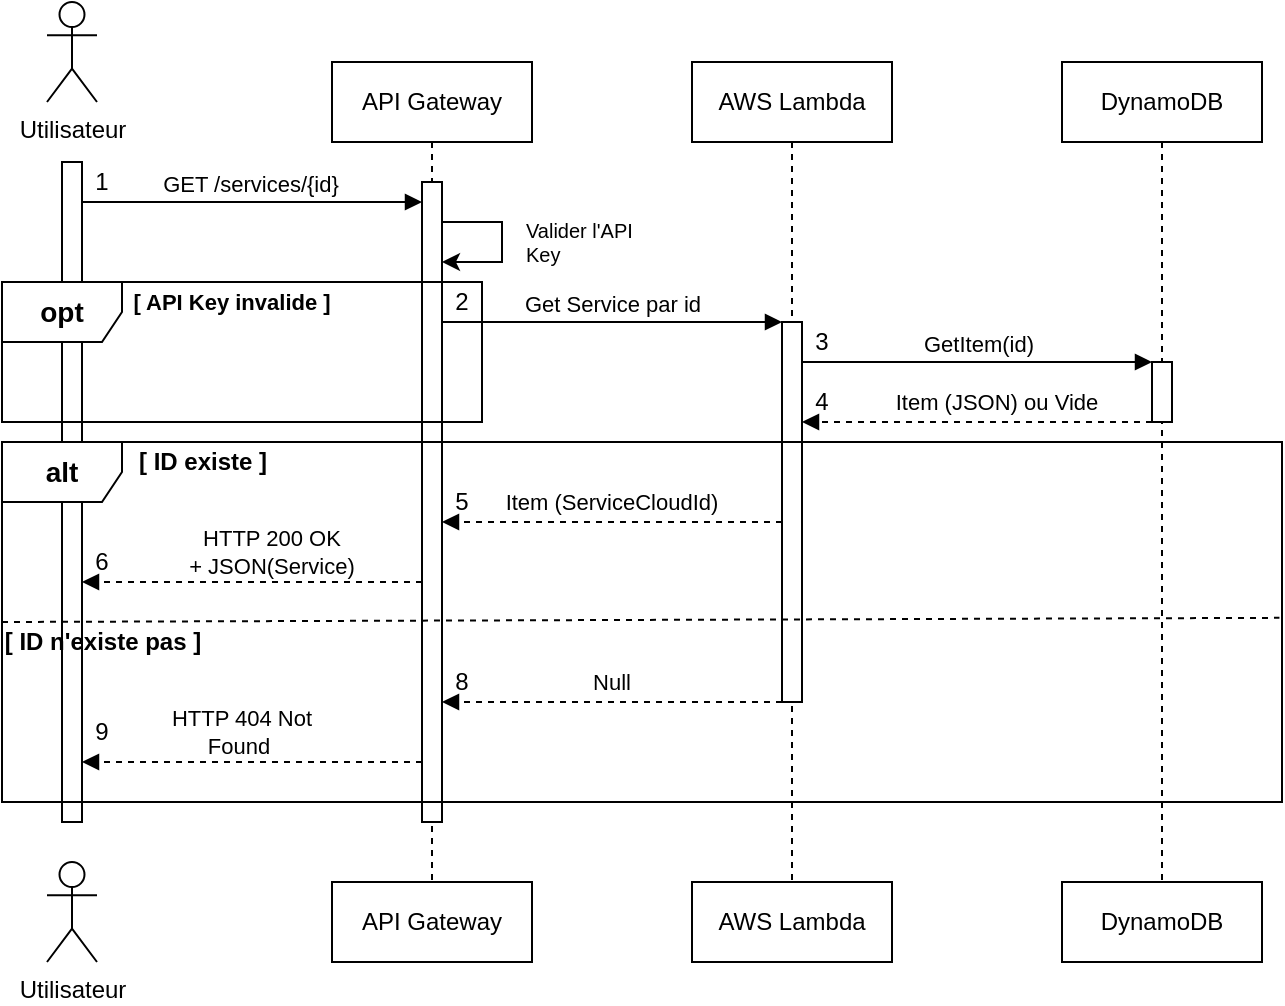
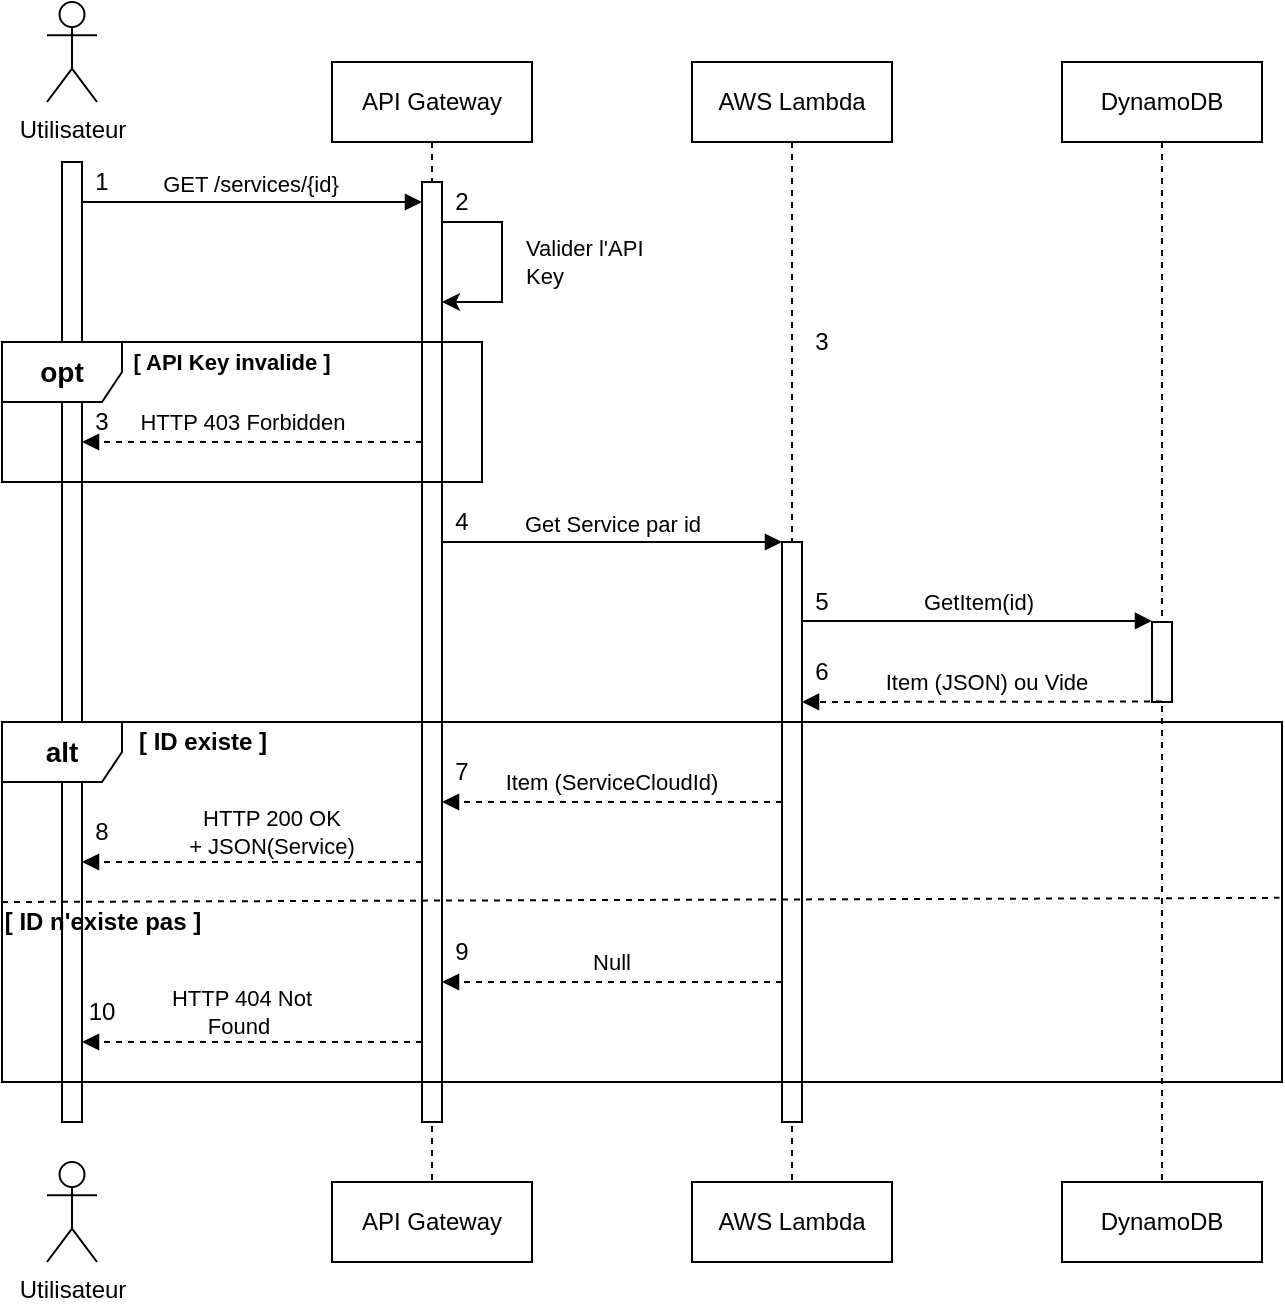
<mxfile host="app.diagrams.net" agent="5.0 (Macintosh; Intel Mac OS X 10_15_7) AppleWebKit/537.36 (KHTML, like Gecko) Chrome/109.0.0.0 Safari/537.36">
  <diagram name="Page-1" id="2YBvvXClWsGukQMizWep">
-     <mxGraphModel dx="810" dy="520" grid="1" gridSize="10" guides="1" tooltips="1" connect="1" arrows="1" fold="1" page="1" pageScale="1" pageWidth="850" pageHeight="1100" math="0" shadow="0">
+     <mxGraphModel dx="853" dy="547" grid="1" gridSize="10" guides="1" tooltips="1" connect="1" arrows="1" fold="1" page="1" pageScale="1" pageWidth="850" pageHeight="1100" math="0" shadow="0">
      <root>
        <mxCell id="0" />
        <mxCell id="1" parent="0" />
        <mxCell id="aM9ryv3xv72pqoxQDRHE-1" parent="1" style="shape=umlLifeline;perimeter=lifelinePerimeter;whiteSpace=wrap;html=1;container=0;dropTarget=0;collapsible=0;recursiveResize=0;outlineConnect=0;portConstraint=eastwest;newEdgeStyle={&quot;edgeStyle&quot;:&quot;elbowEdgeStyle&quot;,&quot;elbow&quot;:&quot;vertical&quot;,&quot;curved&quot;:0,&quot;rounded&quot;:0};" value="API Gateway" vertex="1">
-           <mxGeometry height="410" width="100" x="285" y="80" as="geometry" />
+           <mxGeometry height="560" width="100" x="285" y="80" as="geometry" />
        </mxCell>
        <mxCell id="aM9ryv3xv72pqoxQDRHE-2" parent="aM9ryv3xv72pqoxQDRHE-1" style="html=1;points=[];perimeter=orthogonalPerimeter;outlineConnect=0;targetShapes=umlLifeline;portConstraint=eastwest;newEdgeStyle={&quot;edgeStyle&quot;:&quot;elbowEdgeStyle&quot;,&quot;elbow&quot;:&quot;vertical&quot;,&quot;curved&quot;:0,&quot;rounded&quot;:0};" value="" vertex="1">
-           <mxGeometry height="320" width="10" x="45" y="60" as="geometry" />
+           <mxGeometry height="470" width="10" x="45" y="60" as="geometry" />
        </mxCell>
        <mxCell id="aM9ryv3xv72pqoxQDRHE-5" parent="1" style="shape=umlLifeline;perimeter=lifelinePerimeter;whiteSpace=wrap;html=1;container=0;dropTarget=0;collapsible=0;recursiveResize=0;outlineConnect=0;portConstraint=eastwest;newEdgeStyle={&quot;edgeStyle&quot;:&quot;elbowEdgeStyle&quot;,&quot;elbow&quot;:&quot;vertical&quot;,&quot;curved&quot;:0,&quot;rounded&quot;:0};" value="AWS Lambda" vertex="1">
-           <mxGeometry height="410" width="100" x="465" y="80" as="geometry" />
+           <mxGeometry height="560" width="100" x="465" y="80" as="geometry" />
        </mxCell>
        <mxCell id="aM9ryv3xv72pqoxQDRHE-6" parent="aM9ryv3xv72pqoxQDRHE-5" style="html=1;points=[];perimeter=orthogonalPerimeter;outlineConnect=0;targetShapes=umlLifeline;portConstraint=eastwest;newEdgeStyle={&quot;edgeStyle&quot;:&quot;elbowEdgeStyle&quot;,&quot;elbow&quot;:&quot;vertical&quot;,&quot;curved&quot;:0,&quot;rounded&quot;:0};" value="" vertex="1">
-           <mxGeometry height="190" width="10" x="45" y="130" as="geometry" />
+           <mxGeometry height="290" width="10" x="45" y="240" as="geometry" />
        </mxCell>
        <mxCell id="aM9ryv3xv72pqoxQDRHE-7" edge="1" parent="1" style="html=1;verticalAlign=bottom;endArrow=block;edgeStyle=elbowEdgeStyle;elbow=vertical;curved=0;rounded=0;" value="GET /services/{id}">
          <mxGeometry relative="1" as="geometry">
            <mxPoint x="-1" as="offset" />
            <Array as="points">
              <mxPoint x="245" y="150" />
            </Array>
            <mxPoint x="160" y="150" as="sourcePoint" />
            <mxPoint x="330" y="150" as="targetPoint" />
          </mxGeometry>
        </mxCell>
        <mxCell id="ydfixyK2cgRqEg1iHaJK-1" parent="1" style="html=1;points=[];perimeter=orthogonalPerimeter;outlineConnect=0;targetShapes=umlLifeline;portConstraint=eastwest;newEdgeStyle={&quot;edgeStyle&quot;:&quot;elbowEdgeStyle&quot;,&quot;elbow&quot;:&quot;vertical&quot;,&quot;curved&quot;:0,&quot;rounded&quot;:0};" value="" vertex="1">
-           <mxGeometry height="330" width="10" x="150" y="130" as="geometry" />
+           <mxGeometry height="480" width="10" x="150" y="130" as="geometry" />
        </mxCell>
        <mxCell id="ydfixyK2cgRqEg1iHaJK-2" parent="1" style="shape=umlActor;verticalLabelPosition=bottom;verticalAlign=top;html=1;outlineConnect=0;" value="Utilisateur" vertex="1">
          <mxGeometry height="50" width="25" x="142.5" y="50" as="geometry" />
        </mxCell>
        <mxCell id="ydfixyK2cgRqEg1iHaJK-3" parent="1" style="text;html=1;whiteSpace=wrap;strokeColor=none;fillColor=none;align=center;verticalAlign=middle;rounded=0;" value="1" vertex="1">
          <mxGeometry height="20" width="20" x="160" y="130" as="geometry" />
        </mxCell>
        <mxCell id="ydfixyK2cgRqEg1iHaJK-4" edge="1" parent="1" style="html=1;verticalAlign=bottom;endArrow=block;edgeStyle=elbowEdgeStyle;elbow=vertical;curved=0;rounded=0;" value="GetItem(id)">
          <mxGeometry relative="1" as="geometry">
            <mxPoint as="offset" />
            <Array as="points">
-               <mxPoint x="605" y="230" />
-             </Array>
-             <mxPoint x="520" y="230" as="sourcePoint" />
-             <mxPoint x="695" y="230" as="targetPoint" />
+               <mxPoint x="605" y="359.44" />
+             </Array>
+             <mxPoint x="520" y="359.44" as="sourcePoint" />
+             <mxPoint x="695" y="359.44" as="targetPoint" />
          </mxGeometry>
        </mxCell>
        <mxCell id="ydfixyK2cgRqEg1iHaJK-7" parent="1" style="shape=umlFrame;whiteSpace=wrap;html=1;pointerEvents=0;" value="&lt;font style=&quot;font-size: 14px;&quot;&gt;&lt;b&gt;&lt;font&gt;alt&lt;/font&gt;&lt;/b&gt;&lt;/font&gt;" vertex="1">
-           <mxGeometry height="180" width="640" x="120" y="270" as="geometry" />
+           <mxGeometry height="180" width="640" x="120" y="410" as="geometry" />
        </mxCell>
        <mxCell id="ydfixyK2cgRqEg1iHaJK-8" parent="1" style="text;align=center;fontStyle=1;verticalAlign=middle;spacingLeft=3;spacingRight=3;strokeColor=none;rotatable=0;points=[[0,0.5],[1,0.5]];portConstraint=eastwest;html=1;" value="[ ID existe ]" vertex="1">
-           <mxGeometry height="20" width="60" x="190" y="270" as="geometry" />
+           <mxGeometry height="20" width="60" x="190" y="410" as="geometry" />
        </mxCell>
        <mxCell id="ydfixyK2cgRqEg1iHaJK-9" parent="1" style="text;html=1;whiteSpace=wrap;strokeColor=none;fillColor=none;align=center;verticalAlign=middle;rounded=0;" value="2" vertex="1">
-           <mxGeometry height="20" width="20" x="340" y="190" as="geometry" />
+           <mxGeometry height="20" width="20" x="340" y="140" as="geometry" />
        </mxCell>
        <mxCell id="ydfixyK2cgRqEg1iHaJK-15" edge="1" parent="1" style="html=1;verticalAlign=bottom;endArrow=block;edgeStyle=elbowEdgeStyle;elbow=vertical;curved=0;rounded=0;endFill=1;entryX=0;entryY=1;entryDx=0;entryDy=0;dashed=1;" value="">
          <mxGeometry relative="1" as="geometry">
            <Array as="points">
-               <mxPoint x="490" y="310" />
-             </Array>
-             <mxPoint x="510" y="310" as="sourcePoint" />
-             <mxPoint x="340" y="310" as="targetPoint" />
+               <mxPoint x="490" y="450" />
+             </Array>
+             <mxPoint x="510" y="450" as="sourcePoint" />
+             <mxPoint x="340" y="450" as="targetPoint" />
          </mxGeometry>
        </mxCell>
        <mxCell id="ydfixyK2cgRqEg1iHaJK-18" parent="1" style="text;html=1;whiteSpace=wrap;strokeColor=none;fillColor=none;align=center;verticalAlign=middle;rounded=0;strokeWidth=1;fontSize=11;" value="Item (ServiceCloudId)" vertex="1">
-           <mxGeometry height="20" width="120" x="365" y="290" as="geometry" />
+           <mxGeometry height="20" width="120" x="365" y="430" as="geometry" />
        </mxCell>
        <mxCell id="ydfixyK2cgRqEg1iHaJK-19" edge="1" parent="1" style="html=1;verticalAlign=bottom;endArrow=block;edgeStyle=elbowEdgeStyle;elbow=vertical;curved=0;rounded=0;endFill=1;entryX=1;entryY=0.529;entryDx=0;entryDy=0;entryPerimeter=0;dashed=1;" value="">
          <mxGeometry relative="1" as="geometry">
            <Array as="points">
-               <mxPoint x="310" y="340" />
-             </Array>
-             <mxPoint x="330" y="340" as="sourcePoint" />
-             <mxPoint x="160" y="340" as="targetPoint" />
+               <mxPoint x="310" y="480" />
+             </Array>
+             <mxPoint x="330" y="480" as="sourcePoint" />
+             <mxPoint x="160" y="480" as="targetPoint" />
          </mxGeometry>
        </mxCell>
        <mxCell id="ydfixyK2cgRqEg1iHaJK-20" parent="1" style="text;html=1;whiteSpace=wrap;strokeColor=none;fillColor=none;align=center;verticalAlign=middle;rounded=0;" value="4" vertex="1">
-           <mxGeometry height="20" width="20" x="520" y="240" as="geometry" />
+           <mxGeometry height="20" width="20" x="340" y="300" as="geometry" />
        </mxCell>
        <mxCell id="ydfixyK2cgRqEg1iHaJK-21" parent="1" style="text;html=1;whiteSpace=wrap;strokeColor=none;fillColor=none;align=center;verticalAlign=middle;rounded=0;strokeWidth=1;fontSize=11;" value="HTTP 200 OK +&amp;nbsp;JSON(Service)" vertex="1">
-           <mxGeometry height="30" width="150" x="180" y="310" as="geometry" />
+           <mxGeometry height="30" width="150" x="180" y="450" as="geometry" />
        </mxCell>
        <mxCell id="ydfixyK2cgRqEg1iHaJK-23" edge="1" parent="1" style="endArrow=none;dashed=1;html=1;rounded=0;entryX=0.998;entryY=0.544;entryDx=0;entryDy=0;entryPerimeter=0;" value="">
          <mxGeometry height="50" relative="1" width="50" as="geometry">
-             <mxPoint x="120" y="360" as="sourcePoint" />
-             <mxPoint x="758.72" y="357.91999999999996" as="targetPoint" />
+             <mxPoint x="120" y="500" as="sourcePoint" />
+             <mxPoint x="758.72" y="497.91999999999996" as="targetPoint" />
          </mxGeometry>
        </mxCell>
        <mxCell id="ydfixyK2cgRqEg1iHaJK-26" edge="1" parent="1" style="html=1;verticalAlign=bottom;endArrow=block;edgeStyle=elbowEdgeStyle;elbow=vertical;curved=0;rounded=0;endFill=1;entryX=0;entryY=1;entryDx=0;entryDy=0;dashed=1;" value="">
          <mxGeometry relative="1" as="geometry">
            <Array as="points" />
-             <mxPoint x="510" y="400" as="sourcePoint" />
-             <mxPoint x="340" y="400" as="targetPoint" />
+             <mxPoint x="510" y="540" as="sourcePoint" />
+             <mxPoint x="340" y="540" as="targetPoint" />
          </mxGeometry>
        </mxCell>
        <mxCell id="ydfixyK2cgRqEg1iHaJK-28" parent="1" style="text;html=1;whiteSpace=wrap;strokeColor=none;fillColor=none;align=center;verticalAlign=middle;rounded=0;strokeWidth=1;fontSize=11;" value="Null" vertex="1">
-           <mxGeometry height="20" width="60" x="395" y="380" as="geometry" />
+           <mxGeometry height="20" width="60" x="395" y="520" as="geometry" />
        </mxCell>
        <mxCell id="ydfixyK2cgRqEg1iHaJK-29" parent="1" style="text;html=1;whiteSpace=wrap;strokeColor=none;fillColor=none;align=center;verticalAlign=middle;rounded=0;" value="&lt;div align=&quot;center&quot;&gt;&amp;nbsp; &amp;nbsp;5&lt;span style=&quot;white-space: pre;&quot;&gt;&#x9;&lt;/span&gt;&lt;/div&gt;" vertex="1">
-           <mxGeometry height="20" width="20" x="340" y="290" as="geometry" />
+           <mxGeometry height="20" width="20" x="520" y="340" as="geometry" />
        </mxCell>
        <mxCell id="ydfixyK2cgRqEg1iHaJK-30" edge="1" parent="1" style="html=1;verticalAlign=bottom;endArrow=block;edgeStyle=elbowEdgeStyle;elbow=vertical;curved=0;rounded=0;endFill=1;entryX=1;entryY=0.529;entryDx=0;entryDy=0;entryPerimeter=0;dashed=1;" value="">
          <mxGeometry relative="1" as="geometry">
            <Array as="points">
-               <mxPoint x="310" y="430" />
-             </Array>
-             <mxPoint x="330" y="430" as="sourcePoint" />
-             <mxPoint x="160" y="430" as="targetPoint" />
+               <mxPoint x="310" y="570" />
+             </Array>
+             <mxPoint x="330" y="570" as="sourcePoint" />
+             <mxPoint x="160" y="570" as="targetPoint" />
          </mxGeometry>
        </mxCell>
        <mxCell id="ydfixyK2cgRqEg1iHaJK-31" parent="1" style="text;html=1;whiteSpace=wrap;strokeColor=none;fillColor=none;align=center;verticalAlign=middle;rounded=0;fontSize=11;" value="HTTP 404 Not Found&amp;nbsp;" vertex="1">
-           <mxGeometry height="30" width="100" x="190" y="400" as="geometry" />
+           <mxGeometry height="30" width="100" x="190" y="540" as="geometry" />
        </mxCell>
        <mxCell id="ydfixyK2cgRqEg1iHaJK-32" parent="1" style="text;html=1;whiteSpace=wrap;strokeColor=none;fillColor=none;align=center;verticalAlign=middle;rounded=0;" value="6" vertex="1">
-           <mxGeometry height="20" width="20" x="160" y="320" as="geometry" />
+           <mxGeometry height="30" width="20" x="520" y="370" as="geometry" />
        </mxCell>
        <mxCell id="ydfixyK2cgRqEg1iHaJK-35" parent="1" style="shape=umlLifeline;perimeter=lifelinePerimeter;whiteSpace=wrap;html=1;container=0;dropTarget=0;collapsible=0;recursiveResize=0;outlineConnect=0;portConstraint=eastwest;newEdgeStyle={&quot;edgeStyle&quot;:&quot;elbowEdgeStyle&quot;,&quot;elbow&quot;:&quot;vertical&quot;,&quot;curved&quot;:0,&quot;rounded&quot;:0};" value="API Gateway" vertex="1">
-           <mxGeometry height="40" width="100" x="285" y="490" as="geometry" />
+           <mxGeometry height="40" width="100" x="285" y="640" as="geometry" />
        </mxCell>
        <mxCell id="ydfixyK2cgRqEg1iHaJK-38" parent="1" style="shape=umlLifeline;perimeter=lifelinePerimeter;whiteSpace=wrap;html=1;container=0;dropTarget=0;collapsible=0;recursiveResize=0;outlineConnect=0;portConstraint=eastwest;newEdgeStyle={&quot;edgeStyle&quot;:&quot;elbowEdgeStyle&quot;,&quot;elbow&quot;:&quot;vertical&quot;,&quot;curved&quot;:0,&quot;rounded&quot;:0};" value="AWS Lambda" vertex="1">
-           <mxGeometry height="40" width="100" x="465" y="490" as="geometry" />
+           <mxGeometry height="40" width="100" x="465" y="640" as="geometry" />
        </mxCell>
        <mxCell id="ydfixyK2cgRqEg1iHaJK-40" parent="1" style="text;align=center;fontStyle=1;verticalAlign=middle;spacingLeft=3;spacingRight=3;strokeColor=none;rotatable=0;points=[[0,0.5],[1,0.5]];portConstraint=eastwest;html=1;" value="[ ID n&#39;existe pas ]" vertex="1">
-           <mxGeometry height="20" width="60" x="140" y="360" as="geometry" />
+           <mxGeometry height="20" width="60" x="140" y="500" as="geometry" />
        </mxCell>
        <mxCell id="ydfixyK2cgRqEg1iHaJK-42" parent="1" style="shape=umlActor;verticalLabelPosition=bottom;verticalAlign=top;html=1;outlineConnect=0;" value="Utilisateur" vertex="1">
-           <mxGeometry height="50" width="25" x="142.5" y="480" as="geometry" />
+           <mxGeometry height="50" width="25" x="142.5" y="630" as="geometry" />
        </mxCell>
        <mxCell id="ydfixyK2cgRqEg1iHaJK-45" parent="1" style="shape=umlLifeline;perimeter=lifelinePerimeter;whiteSpace=wrap;html=1;container=0;dropTarget=0;collapsible=0;recursiveResize=0;outlineConnect=0;portConstraint=eastwest;newEdgeStyle={&quot;edgeStyle&quot;:&quot;elbowEdgeStyle&quot;,&quot;elbow&quot;:&quot;vertical&quot;,&quot;curved&quot;:0,&quot;rounded&quot;:0};" value="DynamoDB" vertex="1">
-           <mxGeometry height="410" width="100" x="650" y="80" as="geometry" />
+           <mxGeometry height="560" width="100" x="650" y="80" as="geometry" />
        </mxCell>
        <mxCell id="ydfixyK2cgRqEg1iHaJK-46" parent="ydfixyK2cgRqEg1iHaJK-45" style="html=1;points=[];perimeter=orthogonalPerimeter;outlineConnect=0;targetShapes=umlLifeline;portConstraint=eastwest;newEdgeStyle={&quot;edgeStyle&quot;:&quot;elbowEdgeStyle&quot;,&quot;elbow&quot;:&quot;vertical&quot;,&quot;curved&quot;:0,&quot;rounded&quot;:0};" value="" vertex="1">
-           <mxGeometry height="30" width="10" x="45" y="150" as="geometry" />
+           <mxGeometry height="40" width="10" x="45" y="280" as="geometry" />
        </mxCell>
        <mxCell id="ydfixyK2cgRqEg1iHaJK-47" parent="1" style="shape=umlLifeline;perimeter=lifelinePerimeter;whiteSpace=wrap;html=1;container=0;dropTarget=0;collapsible=0;recursiveResize=0;outlineConnect=0;portConstraint=eastwest;newEdgeStyle={&quot;edgeStyle&quot;:&quot;elbowEdgeStyle&quot;,&quot;elbow&quot;:&quot;vertical&quot;,&quot;curved&quot;:0,&quot;rounded&quot;:0};" value="DynamoDB" vertex="1">
-           <mxGeometry height="40" width="100" x="650" y="490" as="geometry" />
+           <mxGeometry height="40" width="100" x="650" y="640" as="geometry" />
        </mxCell>
        <mxCell id="ydfixyK2cgRqEg1iHaJK-48" edge="1" parent="1" style="html=1;verticalAlign=bottom;endArrow=block;edgeStyle=elbowEdgeStyle;elbow=vertical;curved=0;rounded=0;" value="Get Service par id">
          <mxGeometry relative="1" as="geometry">
            <Array as="points">
-               <mxPoint x="425" y="210" />
-             </Array>
-             <mxPoint x="340" y="210" as="sourcePoint" />
-             <mxPoint x="510" y="210" as="targetPoint" />
+               <mxPoint x="425" y="320" />
+             </Array>
+             <mxPoint x="340" y="320" as="sourcePoint" />
+             <mxPoint x="510" y="320" as="targetPoint" />
          </mxGeometry>
        </mxCell>
        <mxCell id="ydfixyK2cgRqEg1iHaJK-49" parent="1" style="text;html=1;whiteSpace=wrap;strokeColor=none;fillColor=none;align=center;verticalAlign=middle;rounded=0;" value="3" vertex="1">
          <mxGeometry height="20" width="20" x="520" y="210" as="geometry" />
        </mxCell>
-         <mxCell id="ydfixyK2cgRqEg1iHaJK-52" edge="1" parent="1" source="ydfixyK2cgRqEg1iHaJK-46" style="html=1;verticalAlign=bottom;endArrow=block;edgeStyle=elbowEdgeStyle;elbow=vertical;curved=0;rounded=0;endFill=1;entryX=0;entryY=1;entryDx=0;entryDy=0;dashed=1;" value="">
-           <mxGeometry relative="1" as="geometry">
-             <Array as="points">
-               <mxPoint x="670" y="260" />
-             </Array>
-             <mxPoint x="690" y="260" as="sourcePoint" />
-             <mxPoint x="520" y="260" as="targetPoint" />
+         <mxCell id="ydfixyK2cgRqEg1iHaJK-52" edge="1" parent="1" source="ydfixyK2cgRqEg1iHaJK-45" style="html=1;verticalAlign=bottom;endArrow=block;edgeStyle=elbowEdgeStyle;elbow=vertical;curved=0;rounded=0;endFill=1;entryX=0;entryY=1;entryDx=0;entryDy=0;dashed=1;exitX=0.5;exitY=0.571;exitDx=0;exitDy=0;exitPerimeter=0;" value="">
+           <mxGeometry relative="1" as="geometry">
+             <Array as="points">
+               <mxPoint x="670" y="400" />
+             </Array>
+             <mxPoint x="695" y="400" as="sourcePoint" />
+             <mxPoint x="520" y="400" as="targetPoint" />
          </mxGeometry>
        </mxCell>
        <mxCell id="ydfixyK2cgRqEg1iHaJK-53" parent="1" style="text;html=1;whiteSpace=wrap;strokeColor=none;fillColor=none;align=center;verticalAlign=middle;rounded=0;fontSize=11;" value="&lt;p data-pm-slice=&quot;1 1 [&amp;quot;bullet_list&amp;quot;,{},&amp;quot;list_item&amp;quot;,{},&amp;quot;bullet_list&amp;quot;,{},&amp;quot;list_item&amp;quot;,{}]&quot;&gt;Item (JSON) ou Vide&lt;/p&gt;" vertex="1">
-           <mxGeometry height="20" width="105" x="565" y="240" as="geometry" />
+           <mxGeometry height="20" width="105" x="560" y="380" as="geometry" />
        </mxCell>
        <mxCell id="ydfixyK2cgRqEg1iHaJK-54" edge="1" parent="1" style="edgeStyle=orthogonalEdgeStyle;rounded=0;orthogonalLoop=1;jettySize=auto;html=1;innerLoopWaypoints=1;exitX=0.5;exitY=1;exitDx=0;exitDy=0;">
          <mxGeometry relative="1" as="geometry">
-             <mxPoint x="425" y="270" as="sourcePoint" />
-             <mxPoint x="425" y="270" as="targetPoint" />
-           </mxGeometry>
-         </mxCell>
-         <mxCell id="ydfixyK2cgRqEg1iHaJK-63" parent="1" style="text;html=1;whiteSpace=wrap;strokeColor=none;fillColor=none;align=center;verticalAlign=middle;rounded=0;" value="8" vertex="1">
-           <mxGeometry height="20" width="20" x="340" y="380" as="geometry" />
+             <mxPoint x="425" y="410" as="sourcePoint" />
+             <mxPoint x="425" y="410" as="targetPoint" />
+           </mxGeometry>
        </mxCell>
        <mxCell id="ydfixyK2cgRqEg1iHaJK-64" parent="1" style="text;html=1;whiteSpace=wrap;strokeColor=none;fillColor=none;align=center;verticalAlign=middle;rounded=0;" value="9" vertex="1">
-           <mxGeometry height="20" width="20" x="160" y="405" as="geometry" />
-         </mxCell>
-         <mxCell id="ydfixyK2cgRqEg1iHaJK-67" edge="1" parent="1" style="endArrow=classic;html=1;rounded=0;entryX=1;entryY=0.125;entryDx=0;entryDy=0;entryPerimeter=0;" target="aM9ryv3xv72pqoxQDRHE-2" value="">
+           <mxGeometry height="30" width="20" x="340" y="510" as="geometry" />
+         </mxCell>
+         <mxCell id="ydfixyK2cgRqEg1iHaJK-67" edge="1" parent="1" style="endArrow=classic;html=1;rounded=0;" target="aM9ryv3xv72pqoxQDRHE-2" value="">
          <mxGeometry height="50" relative="1" width="50" as="geometry">
            <Array as="points">
              <mxPoint x="370" y="160" />
-               <mxPoint x="370" y="180" />
+               <mxPoint x="370" y="200" />
            </Array>
            <mxPoint x="340" y="160" as="sourcePoint" />
            <mxPoint x="560" y="160" as="targetPoint" />
          </mxGeometry>
        </mxCell>
-         <mxCell id="ydfixyK2cgRqEg1iHaJK-70" parent="1" style="text;html=1;whiteSpace=wrap;strokeColor=none;fillColor=none;align=left;verticalAlign=middle;rounded=0;fontSize=10;" value="&lt;div align=&quot;left&quot;&gt;Valider l&#39;API Key&lt;/div&gt;" vertex="1">
-           <mxGeometry height="40" width="70" x="380" y="150" as="geometry" />
+         <mxCell id="ydfixyK2cgRqEg1iHaJK-70" parent="1" style="text;html=1;whiteSpace=wrap;strokeColor=none;fillColor=none;align=left;verticalAlign=middle;rounded=0;fontSize=11;" value="&lt;div align=&quot;left&quot;&gt;Valider l&#39;API Key&lt;/div&gt;" vertex="1">
+           <mxGeometry height="40" width="70" x="380" y="160" as="geometry" />
        </mxCell>
        <mxCell id="ydfixyK2cgRqEg1iHaJK-75" parent="1" style="shape=umlFrame;whiteSpace=wrap;html=1;pointerEvents=0;" value="&lt;font style=&quot;font-size: 14px;&quot;&gt;&lt;b&gt;opt&lt;/b&gt;&lt;/font&gt;" vertex="1">
-           <mxGeometry height="70" width="240" x="120" y="190" as="geometry" />
+           <mxGeometry height="70" width="240" x="120" y="220" as="geometry" />
        </mxCell>
        <mxCell id="ydfixyK2cgRqEg1iHaJK-78" parent="1" style="text;html=1;whiteSpace=wrap;strokeColor=none;fillColor=none;align=center;verticalAlign=middle;rounded=0;fontSize=11;fontStyle=1" value="[ API Key invalide ]" vertex="1">
-           <mxGeometry height="20" width="110" x="180" y="190" as="geometry" />
+           <mxGeometry height="20" width="110" x="180" y="220" as="geometry" />
+         </mxCell>
+         <mxCell id="ydfixyK2cgRqEg1iHaJK-83" edge="1" parent="1" style="html=1;verticalAlign=bottom;endArrow=block;edgeStyle=elbowEdgeStyle;elbow=vertical;curved=0;rounded=0;endFill=1;dashed=1;exitX=0.5;exitY=0.571;exitDx=0;exitDy=0;exitPerimeter=0;entryX=1;entryY=0.292;entryDx=0;entryDy=0;entryPerimeter=0;" target="ydfixyK2cgRqEg1iHaJK-1" value="">
+           <mxGeometry relative="1" as="geometry">
+             <Array as="points">
+               <mxPoint x="300" y="270" />
+             </Array>
+             <mxPoint x="330" y="270" as="sourcePoint" />
+             <mxPoint x="180" y="270" as="targetPoint" />
+           </mxGeometry>
+         </mxCell>
+         <mxCell id="ydfixyK2cgRqEg1iHaJK-86" parent="1" style="text;html=1;whiteSpace=wrap;strokeColor=none;fillColor=none;align=center;verticalAlign=middle;rounded=0;fontSize=11;" value="HTTP 403 Forbidden" vertex="1">
+           <mxGeometry height="20" width="105" x="187.5" y="250" as="geometry" />
+         </mxCell>
+         <mxCell id="ydfixyK2cgRqEg1iHaJK-87" parent="1" style="text;html=1;whiteSpace=wrap;strokeColor=none;fillColor=none;align=center;verticalAlign=middle;rounded=0;" value="3" vertex="1">
+           <mxGeometry height="20" width="20" x="160" y="250" as="geometry" />
+         </mxCell>
+         <mxCell id="ydfixyK2cgRqEg1iHaJK-88" parent="1" style="text;html=1;whiteSpace=wrap;strokeColor=none;fillColor=none;align=center;verticalAlign=middle;rounded=0;" value="7" vertex="1">
+           <mxGeometry height="30" width="20" x="340" y="420" as="geometry" />
+         </mxCell>
+         <mxCell id="ydfixyK2cgRqEg1iHaJK-89" parent="1" style="text;html=1;whiteSpace=wrap;strokeColor=none;fillColor=none;align=center;verticalAlign=middle;rounded=0;" value="8" vertex="1">
+           <mxGeometry height="20" width="20" x="160" y="455" as="geometry" />
+         </mxCell>
+         <mxCell id="ydfixyK2cgRqEg1iHaJK-92" parent="1" style="text;html=1;whiteSpace=wrap;strokeColor=none;fillColor=none;align=center;verticalAlign=middle;rounded=0;" value="10" vertex="1">
+           <mxGeometry height="30" width="20" x="160" y="540" as="geometry" />
        </mxCell>
      </root>
    </mxGraphModel>
  </diagram>
</mxfile>
